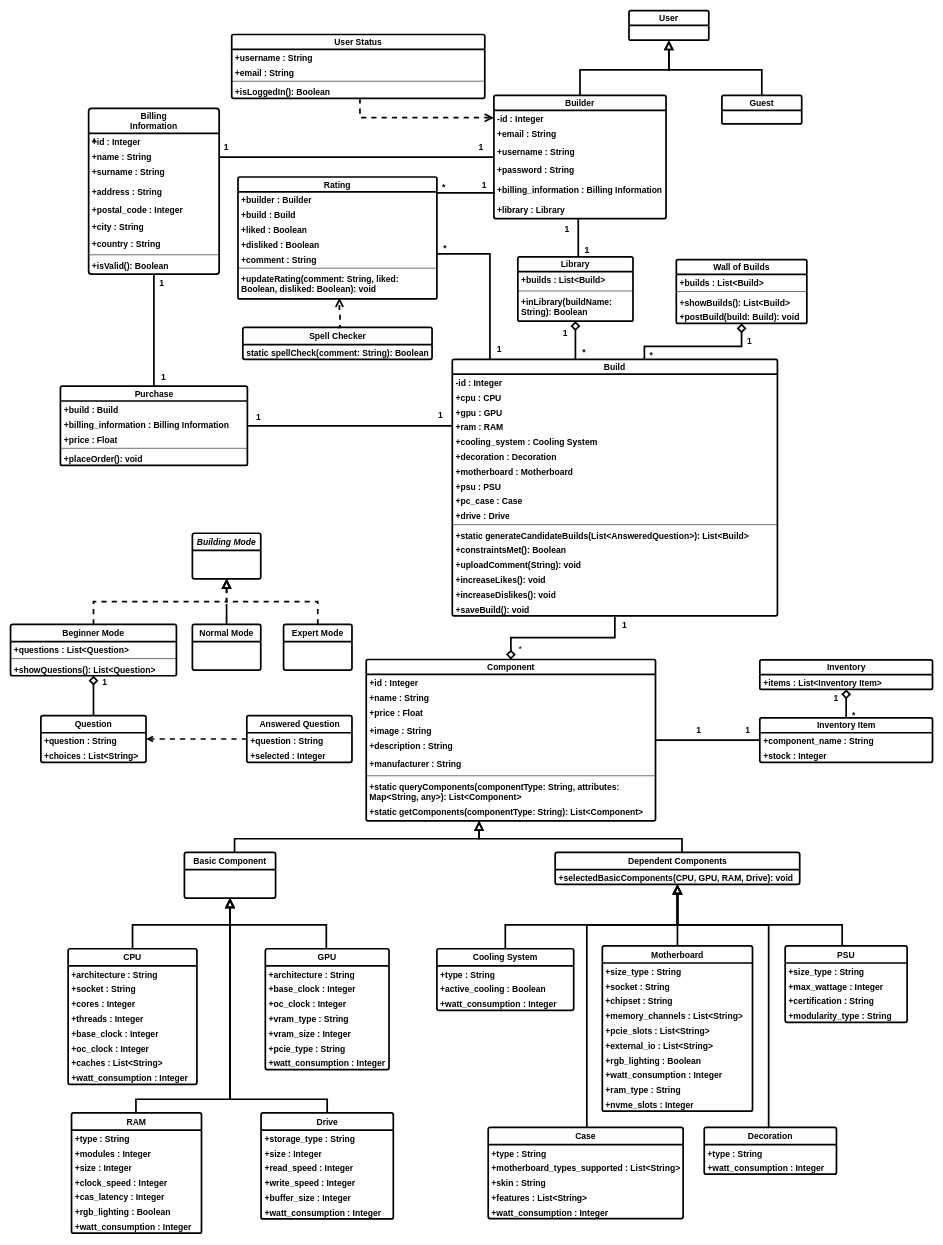
Before: Report Files/4ο Παραδοτέο/Class Diagram v1.0/class_diagram_v1.0.drawio in mpapasterg/click-n-build, a draw.io diagram. Source tidied: cells renumbered, new cells numbered last; positions are measured from the earlier drawing's top-left corner, leaving out a move shared by most shapes. Both pictures are drawn from the tidied source at 57%, with x=0, y=0 at pixel (10, 10).
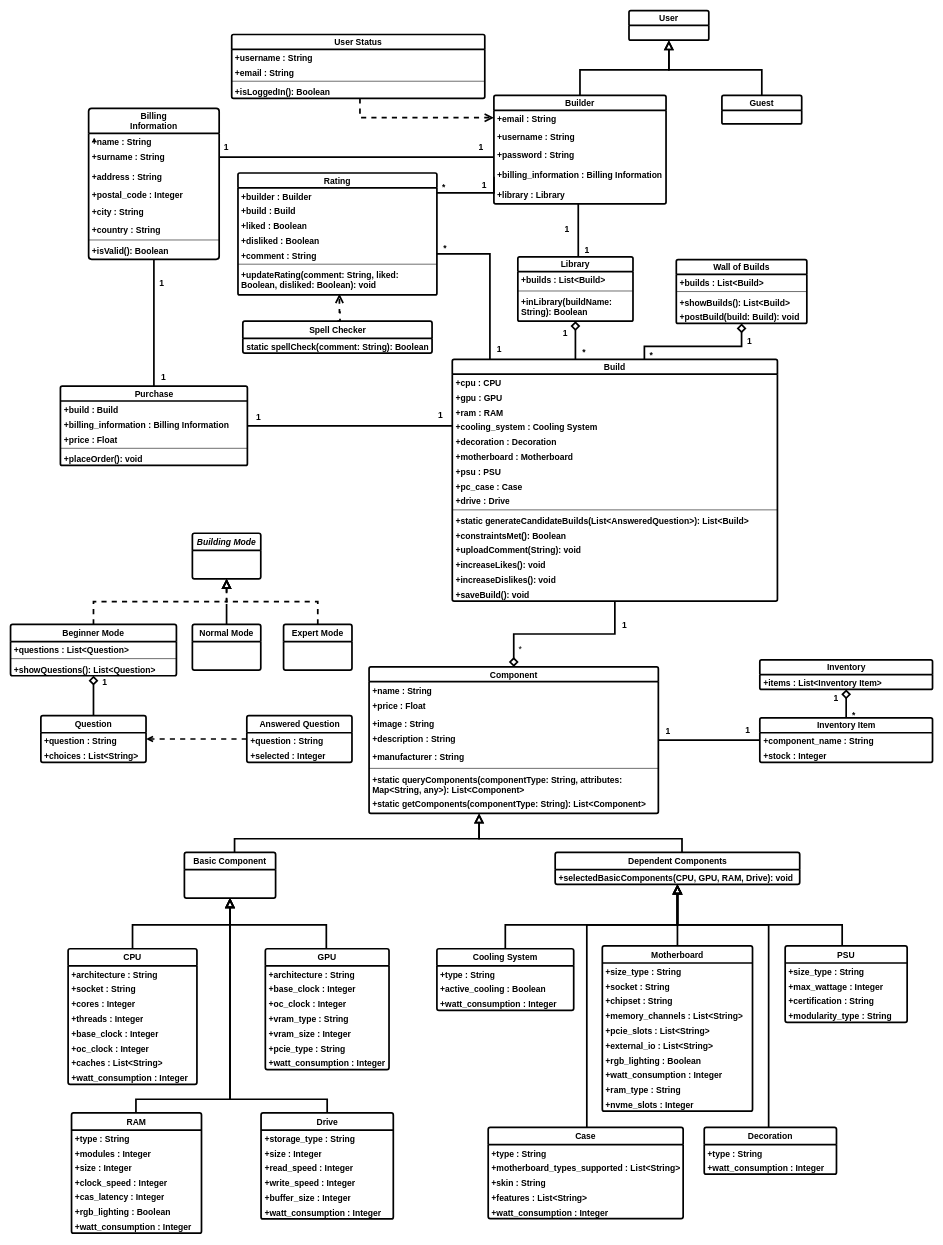
After the change.

The edit, as a diff of the source:
```diff
@@
     <mxCell id="5" value="Builder" style="swimlane;fontStyle=1;horizontal=1;startSize=26;fillColor=none;whiteSpace=wrap;html=1;rounded=1;shadow=0;dashed=0;strokeColor=#000000;strokeWidth=3;align=center;verticalAlign=middle;arcSize=4;fontFamily=Helvetica;fontSize=15;fontColor=#000000;labelBorderColor=none;labelBackgroundColor=none;textShadow=0;" parent="1" vertex="1">
-      <mxGeometry x="848" y="149" width="302" height="216" as="geometry" />
+      <mxGeometry x="848" y="149" width="302" height="190" as="geometry" />
     </mxCell>
-    <mxCell id="6" value="-id : Integer" style="text;strokeColor=none;fillColor=none;align=left;verticalAlign=top;spacingLeft=4;spacingRight=4;overflow=hidden;whiteSpace=wrap;html=1;fontFamily=Helvetica;fontSize=15;fontColor=#000000;fontStyle=1;labelBorderColor=none;labelBackgroundColor=none;textShadow=0;" parent="5" vertex="1">
-      <mxGeometry y="26" width="302" height="26" as="geometry" />
-    </mxCell>
     <mxCell id="7" value="+email : String" style="text;strokeColor=none;fillColor=none;align=left;verticalAlign=top;spacingLeft=4;spacingRight=4;overflow=hidden;whiteSpace=wrap;html=1;fontFamily=Helvetica;fontSize=15;fontColor=#000000;fontStyle=1;labelBorderColor=none;labelBackgroundColor=none;textShadow=0;" parent="5" vertex="1">
-      <mxGeometry y="52" width="302" height="32" as="geometry" />
+      <mxGeometry y="26" width="302" height="32" as="geometry" />
     </mxCell>
     <mxCell id="8" value="+username : String" style="text;strokeColor=none;fillColor=none;align=left;verticalAlign=top;spacingLeft=4;spacingRight=4;overflow=hidden;whiteSpace=wrap;html=1;fontFamily=Helvetica;fontSize=15;fontColor=#000000;fontStyle=1;labelBorderColor=none;labelBackgroundColor=none;textShadow=0;" parent="5" vertex="1">
-      <mxGeometry y="84" width="302" height="32" as="geometry" />
+      <mxGeometry y="58" width="302" height="32" as="geometry" />
     </mxCell>
     <mxCell id="9" value="+password : String" style="text;strokeColor=none;fillColor=none;align=left;verticalAlign=top;spacingLeft=4;spacingRight=4;overflow=hidden;whiteSpace=wrap;html=1;fontFamily=Helvetica;fontSize=15;fontColor=#000000;fontStyle=1;labelBorderColor=none;labelBackgroundColor=none;textShadow=0;" parent="5" vertex="1">
-      <mxGeometry y="116" width="302" height="35" as="geometry" />
+      <mxGeometry y="90" width="302" height="35" as="geometry" />
     </mxCell>
     <mxCell id="10" value="+billing_information : Billing Information" style="text;strokeColor=none;fillColor=none;align=left;verticalAlign=top;spacingLeft=4;spacingRight=4;overflow=hidden;points=[[0,0.5],[1,0.5]];portConstraint=eastwest;whiteSpace=wrap;html=1;fontFamily=Helvetica;fontSize=15;fontColor=#000000;fontStyle=1;labelBorderColor=none;labelBackgroundColor=none;textShadow=0;" parent="5" vertex="1">
-      <mxGeometry y="151" width="302" height="35" as="geometry" />
+      <mxGeometry y="125" width="302" height="35" as="geometry" />
     </mxCell>
     <mxCell id="11" value="+library : Library" style="text;strokeColor=none;fillColor=none;align=left;verticalAlign=top;spacingLeft=4;spacingRight=4;overflow=hidden;whiteSpace=wrap;html=1;fontFamily=Helvetica;fontSize=15;fontColor=#000000;fontStyle=1;labelBorderColor=none;labelBackgroundColor=none;textShadow=0;" parent="5" vertex="1">
-      <mxGeometry y="186" width="302" height="30" as="geometry" />
+      <mxGeometry y="160" width="302" height="30" as="geometry" />
     </mxCell>
@@
     <mxCell id="17" value="Billing&lt;div&gt;Information&lt;/div&gt;" style="swimlane;fontStyle=1;horizontal=1;startSize=44;fillColor=none;whiteSpace=wrap;html=1;rounded=1;shadow=0;dashed=0;strokeColor=#000000;strokeWidth=3;align=center;verticalAlign=middle;arcSize=4;fontFamily=Helvetica;fontSize=15;fontColor=#000000;labelBorderColor=none;labelBackgroundColor=none;textShadow=0;" parent="1" vertex="1">
-      <mxGeometry x="137" y="171.5" width="229" height="291" as="geometry" />
+      <mxGeometry x="137" y="171.5" width="229" height="265" as="geometry" />
     </mxCell>
-    <mxCell id="18" value="+id : Integer" style="text;strokeColor=none;fillColor=none;align=left;verticalAlign=top;spacingLeft=4;spacingRight=4;overflow=hidden;whiteSpace=wrap;html=1;fontFamily=Helvetica;fontSize=15;fontColor=#000000;fontStyle=1;labelBorderColor=none;labelBackgroundColor=none;textShadow=0;" parent="17" vertex="1">
-      <mxGeometry y="44" width="229" height="26" as="geometry" />
-    </mxCell>
     <mxCell id="19" value="+name : String" style="text;strokeColor=none;fillColor=none;align=left;verticalAlign=top;spacingLeft=4;spacingRight=4;overflow=hidden;whiteSpace=wrap;html=1;fontFamily=Helvetica;fontSize=15;fontColor=#000000;fontStyle=1;labelBorderColor=none;labelBackgroundColor=none;textShadow=0;" parent="17" vertex="1">
-      <mxGeometry y="70" width="229" height="26" as="geometry" />
+      <mxGeometry y="44" width="229" height="26" as="geometry" />
     </mxCell>
     <mxCell id="20" value="+surname : String" style="text;strokeColor=none;fillColor=none;align=left;verticalAlign=top;spacingLeft=4;spacingRight=4;overflow=hidden;whiteSpace=wrap;html=1;fontFamily=Helvetica;fontSize=15;fontColor=#000000;fontStyle=1;labelBorderColor=none;labelBackgroundColor=none;textShadow=0;" parent="17" vertex="1">
-      <mxGeometry y="96" width="229" height="35" as="geometry" />
+      <mxGeometry y="70" width="229" height="35" as="geometry" />
     </mxCell>
     <mxCell id="21" value="+address : String" style="text;strokeColor=none;fillColor=none;align=left;verticalAlign=top;spacingLeft=4;spacingRight=4;overflow=hidden;whiteSpace=wrap;html=1;fontFamily=Helvetica;fontSize=15;fontColor=#000000;fontStyle=1;labelBorderColor=none;labelBackgroundColor=none;textShadow=0;" parent="17" vertex="1">
-      <mxGeometry y="131" width="229" height="32" as="geometry" />
+      <mxGeometry y="105" width="229" height="32" as="geometry" />
     </mxCell>
     <mxCell id="22" value="+postal_code : Integer" style="text;strokeColor=none;fillColor=none;align=left;verticalAlign=top;spacingLeft=4;spacingRight=4;overflow=hidden;whiteSpace=wrap;html=1;fontFamily=Helvetica;fontSize=15;fontColor=#000000;fontStyle=1;labelBorderColor=none;labelBackgroundColor=none;textShadow=0;" parent="17" vertex="1">
-      <mxGeometry y="163" width="229" height="30" as="geometry" />
+      <mxGeometry y="137" width="229" height="30" as="geometry" />
     </mxCell>
     <mxCell id="23" value="+city : String" style="text;strokeColor=none;fillColor=none;align=left;verticalAlign=top;spacingLeft=4;spacingRight=4;overflow=hidden;whiteSpace=wrap;html=1;fontFamily=Helvetica;fontSize=15;fontColor=#000000;fontStyle=1;labelBorderColor=none;labelBackgroundColor=none;textShadow=0;" parent="17" vertex="1">
-      <mxGeometry y="193" width="229" height="30" as="geometry" />
+      <mxGeometry y="167" width="229" height="30" as="geometry" />
     </mxCell>
     <mxCell id="24" value="+country : String" style="text;strokeColor=none;fillColor=none;align=left;verticalAlign=top;spacingLeft=4;spacingRight=4;overflow=hidden;whiteSpace=wrap;html=1;fontFamily=Helvetica;fontSize=15;fontColor=#000000;fontStyle=1;labelBorderColor=none;labelBackgroundColor=none;textShadow=0;" parent="17" vertex="1">
-      <mxGeometry y="223" width="229" height="30" as="geometry" />
+      <mxGeometry y="197" width="229" height="30" as="geometry" />
     </mxCell>
     <mxCell id="25" style="line;strokeWidth=1;fillColor=none;align=left;verticalAlign=middle;spacingTop=-1;spacingLeft=3;spacingRight=3;labelPosition=right;strokeColor=inherit;" parent="17" vertex="1">
-      <mxGeometry y="253" width="229" height="8" as="geometry" />
+      <mxGeometry y="227" width="229" height="8" as="geometry" />
     </mxCell>
     <mxCell id="26" value="+isValid(): Boolean" style="text;strokeColor=none;fillColor=none;align=left;verticalAlign=top;spacingLeft=4;spacingRight=4;overflow=hidden;whiteSpace=wrap;html=1;fontFamily=Helvetica;fontSize=15;fontColor=#000000;fontStyle=1;labelBorderColor=none;labelBackgroundColor=none;textShadow=0;" parent="17" vertex="1">
-      <mxGeometry y="261" width="229" height="30" as="geometry" />
+      <mxGeometry y="235" width="229" height="30" as="geometry" />
     </mxCell>
@@
     <mxCell id="37" value="Build" style="swimlane;fontStyle=1;horizontal=1;startSize=26;fillColor=none;whiteSpace=wrap;html=1;rounded=1;shadow=0;dashed=0;strokeColor=#000000;strokeWidth=3;align=center;verticalAlign=middle;arcSize=4;fontFamily=Helvetica;fontSize=15;fontColor=#000000;labelBorderColor=none;labelBackgroundColor=none;textShadow=0;" parent="1" vertex="1">
-      <mxGeometry x="775" y="612" width="570.4" height="450" as="geometry" />
+      <mxGeometry x="775" y="612" width="570.4" height="424" as="geometry" />
     </mxCell>
-    <mxCell id="38" value="-id : Integer" style="text;strokeColor=none;fillColor=none;align=left;verticalAlign=top;spacingLeft=4;spacingRight=4;overflow=hidden;whiteSpace=wrap;html=1;fontFamily=Helvetica;fontSize=15;fontColor=#000000;fontStyle=1;labelBorderColor=none;labelBackgroundColor=none;textShadow=0;" parent="37" vertex="1">
-      <mxGeometry y="26" width="570.4" height="26" as="geometry" />
-    </mxCell>
     <mxCell id="39" value="+cpu : CPU" style="text;strokeColor=none;fillColor=none;align=left;verticalAlign=top;spacingLeft=4;spacingRight=4;overflow=hidden;whiteSpace=wrap;html=1;fontFamily=Helvetica;fontSize=15;fontColor=#000000;fontStyle=1;labelBorderColor=none;labelBackgroundColor=none;textShadow=0;" parent="37" vertex="1">
-      <mxGeometry y="52" width="570.4" height="26" as="geometry" />
+      <mxGeometry y="26" width="570.4" height="26" as="geometry" />
     </mxCell>
     <mxCell id="40" value="+gpu : GPU" style="text;strokeColor=none;fillColor=none;align=left;verticalAlign=top;spacingLeft=4;spacingRight=4;overflow=hidden;whiteSpace=wrap;html=1;fontFamily=Helvetica;fontSize=15;fontColor=#000000;fontStyle=1;labelBorderColor=none;labelBackgroundColor=none;textShadow=0;" parent="37" vertex="1">
-      <mxGeometry y="78" width="570.4" height="26" as="geometry" />
+      <mxGeometry y="52" width="570.4" height="26" as="geometry" />
     </mxCell>
     <mxCell id="41" value="+ram : RAM" style="text;strokeColor=none;fillColor=none;align=left;verticalAlign=top;spacingLeft=4;spacingRight=4;overflow=hidden;whiteSpace=wrap;html=1;fontFamily=Helvetica;fontSize=15;fontColor=#000000;fontStyle=1;labelBorderColor=none;labelBackgroundColor=none;textShadow=0;" parent="37" vertex="1">
-      <mxGeometry y="104" width="570.4" height="26" as="geometry" />
+      <mxGeometry y="78" width="570.4" height="26" as="geometry" />
     </mxCell>
     <mxCell id="42" value="+cooling_system : Cooling System" style="text;strokeColor=none;fillColor=none;align=left;verticalAlign=top;spacingLeft=4;spacingRight=4;overflow=hidden;whiteSpace=wrap;html=1;fontFamily=Helvetica;fontSize=15;fontColor=#000000;fontStyle=1;labelBorderColor=none;labelBackgroundColor=none;textShadow=0;" parent="37" vertex="1">
-      <mxGeometry y="130" width="570.4" height="26" as="geometry" />
+      <mxGeometry y="104" width="570.4" height="26" as="geometry" />
     </mxCell>
     <mxCell id="43" value="+decoration : Decoration" style="text;strokeColor=none;fillColor=none;align=left;verticalAlign=top;spacingLeft=4;spacingRight=4;overflow=hidden;whiteSpace=wrap;html=1;fontFamily=Helvetica;fontSize=15;fontColor=#000000;fontStyle=1;labelBorderColor=none;labelBackgroundColor=none;textShadow=0;" parent="37" vertex="1">
-      <mxGeometry y="156" width="570.4" height="26" as="geometry" />
+      <mxGeometry y="130" width="570.4" height="26" as="geometry" />
     </mxCell>
     <mxCell id="44" value="+motherboard : Motherboard" style="text;strokeColor=none;fillColor=none;align=left;verticalAlign=top;spacingLeft=4;spacingRight=4;overflow=hidden;whiteSpace=wrap;html=1;fontFamily=Helvetica;fontSize=15;fontColor=#000000;fontStyle=1;labelBorderColor=none;labelBackgroundColor=none;textShadow=0;" parent="37" vertex="1">
-      <mxGeometry y="182" width="570.4" height="26" as="geometry" />
+      <mxGeometry y="156" width="570.4" height="26" as="geometry" />
     </mxCell>
     <mxCell id="45" value="+psu : PSU" style="text;strokeColor=none;fillColor=none;align=left;verticalAlign=top;spacingLeft=4;spacingRight=4;overflow=hidden;whiteSpace=wrap;html=1;fontFamily=Helvetica;fontSize=15;fontColor=#000000;fontStyle=1;labelBorderColor=none;labelBackgroundColor=none;textShadow=0;" parent="37" vertex="1">
-      <mxGeometry y="208" width="570.4" height="26" as="geometry" />
+      <mxGeometry y="182" width="570.4" height="26" as="geometry" />
     </mxCell>
     <mxCell id="46" value="+pc_case : Case" style="text;strokeColor=none;fillColor=none;align=left;verticalAlign=top;spacingLeft=4;spacingRight=4;overflow=hidden;whiteSpace=wrap;html=1;fontFamily=Helvetica;fontSize=15;fontColor=#000000;fontStyle=1;labelBorderColor=none;labelBackgroundColor=none;textShadow=0;" parent="37" vertex="1">
-      <mxGeometry y="234" width="570.4" height="26" as="geometry" />
+      <mxGeometry y="208" width="570.4" height="26" as="geometry" />
     </mxCell>
     <mxCell id="47" value="+drive : Drive" style="text;strokeColor=none;fillColor=none;align=left;verticalAlign=top;spacingLeft=4;spacingRight=4;overflow=hidden;whiteSpace=wrap;html=1;fontFamily=Helvetica;fontSize=15;fontColor=#000000;fontStyle=1;labelBorderColor=none;labelBackgroundColor=none;textShadow=0;" parent="37" vertex="1">
-      <mxGeometry y="260" width="570.4" height="26" as="geometry" />
+      <mxGeometry y="234" width="570.4" height="26" as="geometry" />
     </mxCell>
     <mxCell id="48" style="line;strokeWidth=1;fillColor=none;align=left;verticalAlign=middle;spacingTop=-1;spacingLeft=3;spacingRight=3;labelPosition=right;strokeColor=inherit;" parent="37" vertex="1">
-      <mxGeometry y="286" width="570.4" height="8" as="geometry" />
+      <mxGeometry y="260" width="570.4" height="8" as="geometry" />
     </mxCell>
     <mxCell id="49" value="+static generateCandidateBuilds(List&amp;lt;AnsweredQuestion&amp;gt;): List&amp;lt;Build&amp;gt;" style="text;strokeColor=none;fillColor=none;align=left;verticalAlign=top;spacingLeft=4;spacingRight=4;overflow=hidden;whiteSpace=wrap;html=1;fontFamily=Helvetica;fontSize=15;fontColor=#000000;fontStyle=1;labelBorderColor=none;labelBackgroundColor=none;textShadow=0;" parent="37" vertex="1">
-      <mxGeometry y="294" width="570.4" height="26" as="geometry" />
+      <mxGeometry y="268" width="570.4" height="26" as="geometry" />
     </mxCell>
     <mxCell id="50" value="+constraintsMet(): Boolean" style="text;strokeColor=none;fillColor=none;align=left;verticalAlign=top;spacingLeft=4;spacingRight=4;overflow=hidden;whiteSpace=wrap;html=1;fontFamily=Helvetica;fontSize=15;fontColor=#000000;fontStyle=1;labelBorderColor=none;labelBackgroundColor=none;textShadow=0;" parent="37" vertex="1">
-      <mxGeometry y="320" width="570.4" height="26" as="geometry" />
+      <mxGeometry y="294" width="570.4" height="26" as="geometry" />
     </mxCell>
     <mxCell id="51" value="+uploadComment(String): void" style="text;strokeColor=none;fillColor=none;align=left;verticalAlign=top;spacingLeft=4;spacingRight=4;overflow=hidden;whiteSpace=wrap;html=1;fontFamily=Helvetica;fontSize=15;fontColor=#000000;fontStyle=1;labelBorderColor=none;labelBackgroundColor=none;textShadow=0;" parent="37" vertex="1">
-      <mxGeometry y="346" width="570.4" height="26" as="geometry" />
+      <mxGeometry y="320" width="570.4" height="26" as="geometry" />
     </mxCell>
     <mxCell id="52" value="+increaseLikes(): void" style="text;strokeColor=none;fillColor=none;align=left;verticalAlign=top;spacingLeft=4;spacingRight=4;overflow=hidden;whiteSpace=wrap;html=1;fontFamily=Helvetica;fontSize=15;fontColor=#000000;fontStyle=1;labelBorderColor=none;labelBackgroundColor=none;textShadow=0;" parent="37" vertex="1">
-      <mxGeometry y="372" width="570.4" height="26" as="geometry" />
+      <mxGeometry y="346" width="570.4" height="26" as="geometry" />
     </mxCell>
     <mxCell id="53" value="+increaseDislikes(): void" style="text;strokeColor=none;fillColor=none;align=left;verticalAlign=top;spacingLeft=4;spacingRight=4;overflow=hidden;whiteSpace=wrap;html=1;fontFamily=Helvetica;fontSize=15;fontColor=#000000;fontStyle=1;labelBorderColor=none;labelBackgroundColor=none;textShadow=0;" parent="37" vertex="1">
-      <mxGeometry y="398" width="570.4" height="26" as="geometry" />
+      <mxGeometry y="372" width="570.4" height="26" as="geometry" />
     </mxCell>
     <mxCell id="54" value="+saveBuild(): void" style="text;strokeColor=none;fillColor=none;align=left;verticalAlign=top;spacingLeft=4;spacingRight=4;overflow=hidden;whiteSpace=wrap;html=1;fontFamily=Helvetica;fontSize=15;fontColor=#000000;fontStyle=1;labelBorderColor=none;labelBackgroundColor=none;textShadow=0;" parent="37" vertex="1">
-      <mxGeometry y="424" width="570.4" height="26" as="geometry" />
+      <mxGeometry y="398" width="570.4" height="26" as="geometry" />
     </mxCell>
@@
     <mxCell id="56" value="Component" style="swimlane;fontStyle=1;horizontal=1;startSize=26;fillColor=none;whiteSpace=wrap;html=1;rounded=1;shadow=0;dashed=0;strokeColor=#000000;strokeWidth=3;align=center;verticalAlign=middle;arcSize=4;fontFamily=Helvetica;fontSize=15;fontColor=#000000;labelBorderColor=none;labelBackgroundColor=none;textShadow=0;" parent="1" vertex="1">
-      <mxGeometry x="624" y="1138.5" width="507.5" height="283" as="geometry" />
+      <mxGeometry x="629" y="1151.5" width="507.5" height="257" as="geometry" />
     </mxCell>
-    <mxCell id="57" value="+id : Integer" style="text;strokeColor=none;fillColor=none;align=left;verticalAlign=top;spacingLeft=4;spacingRight=4;overflow=hidden;whiteSpace=wrap;html=1;fontFamily=Helvetica;fontSize=15;fontColor=#000000;fontStyle=1;labelBorderColor=none;labelBackgroundColor=none;textShadow=0;" parent="56" vertex="1">
-      <mxGeometry y="26" width="507.5" height="26" as="geometry" />
-    </mxCell>
     <mxCell id="58" value="+name : String" style="text;strokeColor=none;fillColor=none;align=left;verticalAlign=top;spacingLeft=4;spacingRight=4;overflow=hidden;whiteSpace=wrap;html=1;fontFamily=Helvetica;fontSize=15;fontColor=#000000;fontStyle=1;labelBorderColor=none;labelBackgroundColor=none;textShadow=0;" parent="56" vertex="1">
-      <mxGeometry y="52" width="507.5" height="26" as="geometry" />
+      <mxGeometry y="26" width="507.5" height="26" as="geometry" />
     </mxCell>
     <mxCell id="59" value="+price : Float" style="text;strokeColor=none;fillColor=none;align=left;verticalAlign=top;spacingLeft=4;spacingRight=4;overflow=hidden;whiteSpace=wrap;html=1;fontFamily=Helvetica;fontSize=15;fontColor=#000000;fontStyle=1;labelBorderColor=none;labelBackgroundColor=none;textShadow=0;" parent="56" vertex="1">
-      <mxGeometry y="78" width="507.5" height="32" as="geometry" />
+      <mxGeometry y="52" width="507.5" height="32" as="geometry" />
     </mxCell>
     <mxCell id="60" value="+image : String" style="text;strokeColor=none;fillColor=none;align=left;verticalAlign=top;spacingLeft=4;spacingRight=4;overflow=hidden;whiteSpace=wrap;html=1;fontFamily=Helvetica;fontSize=15;fontColor=#000000;fontStyle=1;labelBorderColor=none;labelBackgroundColor=none;textShadow=0;" parent="56" vertex="1">
-      <mxGeometry y="110" width="507.5" height="26" as="geometry" />
+      <mxGeometry y="84" width="507.5" height="26" as="geometry" />
     </mxCell>
     <mxCell id="61" value="+description : String" style="text;strokeColor=none;fillColor=none;align=left;verticalAlign=top;spacingLeft=4;spacingRight=4;overflow=hidden;whiteSpace=wrap;html=1;fontFamily=Helvetica;fontSize=15;fontColor=#000000;fontStyle=1;labelBorderColor=none;labelBackgroundColor=none;textShadow=0;" parent="56" vertex="1">
-      <mxGeometry y="136" width="507.5" height="32" as="geometry" />
+      <mxGeometry y="110" width="507.5" height="32" as="geometry" />
     </mxCell>
     <mxCell id="62" value="+manufacturer : String" style="text;strokeColor=none;fillColor=none;align=left;verticalAlign=top;spacingLeft=4;spacingRight=4;overflow=hidden;whiteSpace=wrap;html=1;fontFamily=Helvetica;fontSize=15;fontColor=#000000;fontStyle=1;labelBorderColor=none;labelBackgroundColor=none;textShadow=0;" parent="56" vertex="1">
-      <mxGeometry y="168" width="507.5" height="32" as="geometry" />
+      <mxGeometry y="142" width="507.5" height="32" as="geometry" />
     </mxCell>
     <mxCell id="63" style="line;strokeWidth=1;fillColor=none;align=left;verticalAlign=middle;spacingTop=-1;spacingLeft=3;spacingRight=3;labelPosition=right;strokeColor=inherit;" parent="56" vertex="1">
-      <mxGeometry y="200" width="507.5" height="8" as="geometry" />
+      <mxGeometry y="174" width="507.5" height="8" as="geometry" />
     </mxCell>
     <mxCell id="64" value="+static queryComponents(componentType: String, attributes: Map&amp;lt;String, any&amp;gt;): List&amp;lt;Component&amp;gt;" style="text;strokeColor=none;fillColor=none;align=left;verticalAlign=top;spacingLeft=4;spacingRight=4;overflow=hidden;whiteSpace=wrap;html=1;fontFamily=Helvetica;fontSize=15;fontColor=#000000;fontStyle=1;labelBorderColor=none;labelBackgroundColor=none;textShadow=0;" parent="56" vertex="1">
-      <mxGeometry y="208" width="507.5" height="43" as="geometry" />
+      <mxGeometry y="182" width="507.5" height="43" as="geometry" />
     </mxCell>
     <mxCell id="65" value="+static getComponents(componentType: String): List&amp;lt;Component&amp;gt;" style="text;strokeColor=none;fillColor=none;align=left;verticalAlign=top;spacingLeft=4;spacingRight=4;overflow=hidden;whiteSpace=wrap;html=1;fontFamily=Helvetica;fontSize=15;fontColor=#000000;fontStyle=1;labelBorderColor=none;labelBackgroundColor=none;textShadow=0;" parent="56" vertex="1">
-      <mxGeometry y="251" width="507.5" height="32" as="geometry" />
+      <mxGeometry y="225" width="507.5" height="32" as="geometry" />
     </mxCell>
@@
     <mxCell id="154" value="Rating" style="swimlane;fontStyle=1;horizontal=1;startSize=26;fillColor=none;whiteSpace=wrap;html=1;rounded=1;shadow=0;dashed=0;strokeColor=#000000;strokeWidth=3;align=center;verticalAlign=middle;arcSize=4;fontFamily=Helvetica;fontSize=15;fontColor=#000000;labelBorderColor=none;labelBackgroundColor=none;textShadow=0;" parent="1" vertex="1">
-      <mxGeometry x="399" y="292" width="349" height="214" as="geometry" />
+      <mxGeometry x="399" y="285" width="349" height="214" as="geometry" />
     </mxCell>
@@
     <mxCell id="168" value="1" style="edgeLabel;html=1;align=center;verticalAlign=middle;fontSize=15;labelBackgroundColor=none;textShadow=0;labelBorderColor=none;fontColor=#000000;fontStyle=1;" parent="1" vertex="1">
-      <mxGeometry x="1184" y="1283" as="geometry">
+      <mxGeometry x="1130" y="1284" as="geometry">
         <mxPoint x="22" y="-22" as="offset" />
       </mxGeometry>
     </mxCell>
@@
     <mxCell id="189" value="Spell Checker" style="swimlane;fontStyle=1;horizontal=1;startSize=30;whiteSpace=wrap;html=1;textShadow=0;labelBorderColor=none;strokeColor=#000000;fontColor=#000000;labelBackgroundColor=none;fillColor=none;fontSize=15;strokeWidth=3;rounded=1;shadow=0;dashed=0;align=center;verticalAlign=middle;arcSize=4;fontFamily=Helvetica;swimlaneLine=1;" parent="1" vertex="1">
-      <mxGeometry x="407.5" y="556" width="332" height="56" as="geometry" />
+      <mxGeometry x="407.5" y="545" width="332" height="56" as="geometry" />
     </mxCell>
```
